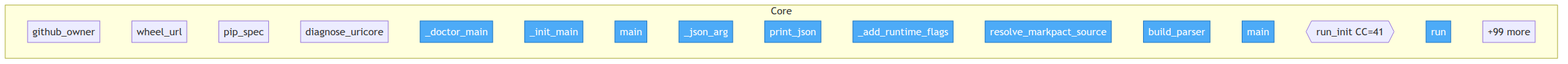
Above: project/flow.png in tellmesh/urisys (Mermaid), before the change. Its source is kept beside it as project/flow.mmd. Its diagram source:
```mermaid
flowchart TD

    classDef entry fill:#4dabf7,stroke:#1971c2,color:#fff

    subgraph Core
        src__urisys__uricore_install__github_owner["github_owner"]
        src__urisys__uricore_install__wheel_url["wheel_url"]
        src__urisys__uricore_install__pip_spec["pip_spec"]
        src__urisys__uricore_install__diagnose_uricore["diagnose_uricore"]
        src__urisys__bootstrap___doctor_main["_doctor_main"]
        src__urisys__bootstrap___init_main["_init_main"]
        src__urisys__bootstrap__main["main"]
        src__urisys__cli___json_arg["_json_arg"]
        src__urisys__cli__print_json["print_json"]
        src__urisys__cli___add_runtime_flags["_add_runtime_flags"]
        src__urisys__cli__resolve_markpact_source["resolve_markpact_source"]
        src__urisys__cli__build_parser["build_parser"]
        src__urisys__cli__main["main"]
        src__urisys__init_setup__run_init{{run_init CC=41}}
        src__urisys__controllers__flow_controller__FlowController__run["run"]
        ...["+99 more"]
    end

    class src__urisys__bootstrap___doctor_main,src__urisys__bootstrap___init_main,src__urisys__bootstrap__main,src__urisys__cli___json_arg,src__urisys__cli__print_json,src__urisys__cli___add_runtime_flags,src__urisys__cli__resolve_markpact_source,src__urisys__cli__build_parser,src__urisys__cli__main,src__urisys__controllers__flow_controller__FlowController__run entry
```
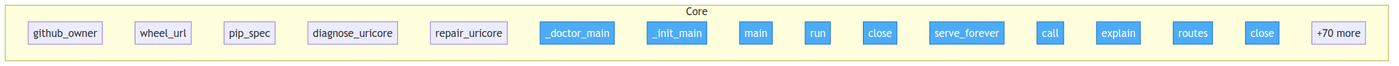
After the commit.

Diff of the diagram source:
```diff
@@ -7,18 +7,18 @@
         src__urisys__uricore_install__wheel_url["wheel_url"]
         src__urisys__uricore_install__pip_spec["pip_spec"]
         src__urisys__uricore_install__diagnose_uricore["diagnose_uricore"]
+        src__urisys__uricore_install__repair_uricore["repair_uricore"]
         src__urisys__bootstrap___doctor_main["_doctor_main"]
         src__urisys__bootstrap___init_main["_init_main"]
         src__urisys__bootstrap__main["main"]
-        src__urisys__cli___json_arg["_json_arg"]
-        src__urisys__cli__print_json["print_json"]
-        src__urisys__cli___add_runtime_flags["_add_runtime_flags"]
-        src__urisys__cli__resolve_markpact_source["resolve_markpact_source"]
-        src__urisys__cli__build_parser["build_parser"]
-        src__urisys__cli__main["main"]
-        src__urisys__init_setup__run_init{{run_init CC=41}}
         src__urisys__controllers__flow_controller__FlowController__run["run"]
-        ...["+99 more"]
+        src__urisys__controllers__flow_controller__FlowController__close["close"]
+        src__urisys__controllers__server_controller__ServerController__serve_forever["serve_forever"]
+        src__urisys__controllers__uri_controller__UriController__call["call"]
+        src__urisys__controllers__uri_controller__UriController__explain["explain"]
+        src__urisys__controllers__uri_controller__UriController__routes["routes"]
+        src__urisys__controllers__uri_controller__UriController__close["close"]
+        ...["+70 more"]
     end
 
-    class src__urisys__bootstrap___doctor_main,src__urisys__bootstrap___init_main,src__urisys__bootstrap__main,src__urisys__cli___json_arg,src__urisys__cli__print_json,src__urisys__cli___add_runtime_flags,src__urisys__cli__resolve_markpact_source,src__urisys__cli__build_parser,src__urisys__cli__main,src__urisys__controllers__flow_controller__FlowController__run entry
+    class src__urisys__bootstrap___doctor_main,src__urisys__bootstrap___init_main,src__urisys__bootstrap__main,src__urisys__controllers__flow_controller__FlowController__run,src__urisys__controllers__flow_controller__FlowController__close,src__urisys__controllers__server_controller__ServerController__serve_forever,src__urisys__controllers__uri_controller__UriController__call,src__urisys__controllers__uri_controller__UriController__explain,src__urisys__controllers__uri_controller__UriController__routes,src__urisys__controllers__uri_controller__UriController__close entry
```
